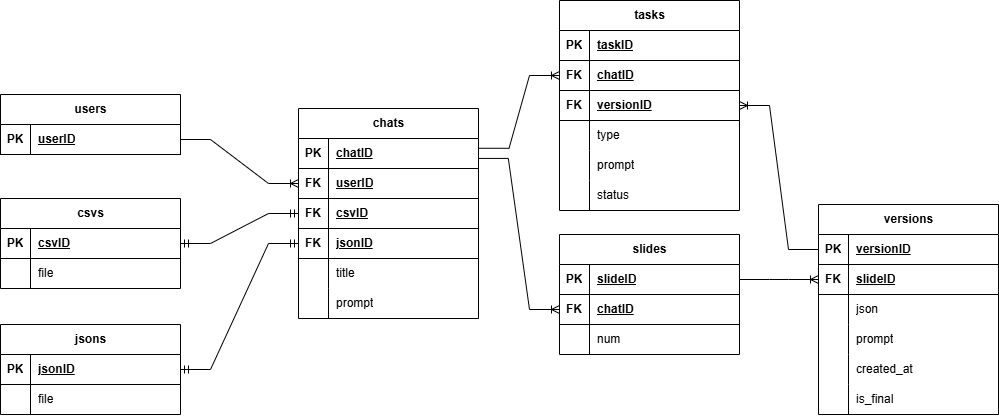
Sber-Kiwi/Presentation-generation keeps this draw.io diagram as Database Content/schemas/schema.png. Above is the earlier version. Source tidied: cells renumbered, new cells last; positions are measured from the earlier drawing's top-left corner, leaving out a move shared by most shapes.
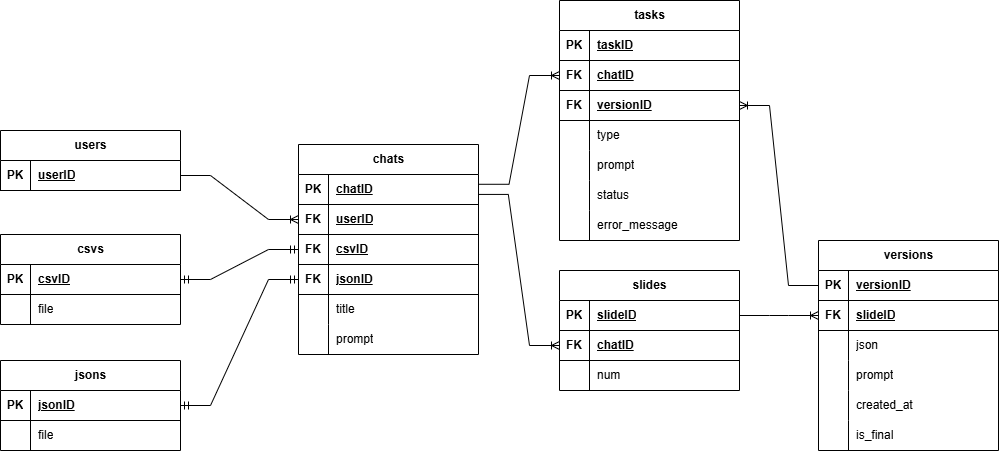
After the change.

Commit message:
добавился error_message и +1 статус задачи

Diff of the diagram source:
```diff
@@ -165,7 +165,7 @@
       <mxGeometry relative="1" as="geometry" />
     </mxCell>
     <mxCell id="56" value="tasks" style="shape=table;startSize=30;rowLines=0;fontStyle=1;align=center;html=1;" parent="1" vertex="1">
-      <mxGeometry x="559" width="180" height="210" as="geometry" />
+      <mxGeometry x="559" y="-36" width="180" height="240" as="geometry" />
     </mxCell>
     <mxCell id="57" style="shape=tableRow;horizontal=0;startSize=0;swimlaneHead=0;swimlaneBody=0;fillColor=none;top=0;left=0;right=0;bottom=1;" parent="56" vertex="1">
       <mxGeometry y="30" width="180" height="30" as="geometry" />
@@ -221,6 +221,15 @@
     <mxCell id="74" value="status" style="shape=partialRectangle;fillColor=none;top=0;left=0;bottom=0;right=0;align=left;spacingLeft=6;overflow=hidden;whiteSpace=wrap;html=1;" parent="72" vertex="1">
       <mxGeometry x="30" width="150" height="30" as="geometry" />
     </mxCell>
+    <mxCell id="94" style="shape=tableRow;horizontal=0;startSize=0;swimlaneHead=0;swimlaneBody=0;fillColor=none;top=0;left=0;right=0;bottom=0;" parent="56" vertex="1">
+      <mxGeometry y="210" width="180" height="30" as="geometry" />
+    </mxCell>
+    <mxCell id="95" style="shape=partialRectangle;fillColor=none;top=0;left=0;bottom=0;right=0;overflow=hidden;whiteSpace=wrap;html=1;" parent="94" vertex="1">
+      <mxGeometry width="30" height="30" as="geometry" />
+    </mxCell>
+    <mxCell id="96" value="error_message" style="shape=partialRectangle;fillColor=none;top=0;left=0;bottom=0;right=0;align=left;spacingLeft=6;overflow=hidden;whiteSpace=wrap;html=1;" parent="94" vertex="1">
+      <mxGeometry x="30" width="150" height="30" as="geometry" />
+    </mxCell>
     <mxCell id="75" style="edgeStyle=entityRelationEdgeStyle;fontSize=12;html=1;endArrow=ERoneToMany;rounded=0;entryX=0;entryY=0.5;entryDx=0;entryDy=0;exitX=1;exitY=0.5;exitDx=0;exitDy=0;" parent="1" edge="1" source="46" target="25">
       <mxGeometry relative="1" as="geometry" />
     </mxCell>
```
